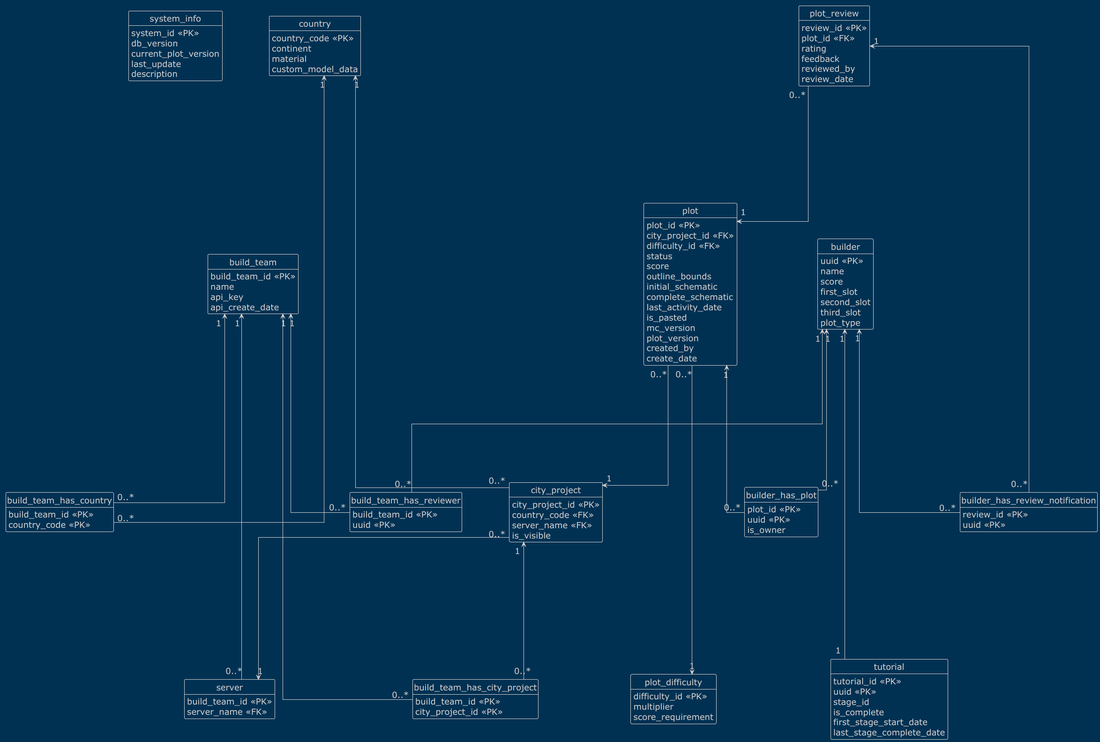
AlpsBTE/Plot-System-DB keeps this PlantUML diagram as logical-db.png. Above is the earlier version. Source of this version:
```plantuml
@startuml
skinparam nodesep 100
skinparam ranksep 250
skinparam defaultFontSize 18

skinparam linetype ortho

hide circle
hide empty members
!theme blueprint

entity system_info {
    system_id <<PK>>
    db_version
    current_plot_version
    last_update
    description
}

entity build_team {
    build_team_id <<PK>>
    name
    api_key
    api_create_date
}

entity server {
    build_team_id <<PK>>
    server_name <<FK>>
}

entity country {
    country_code <<PK>>
    continent
    material
    custom_model_data
}

entity city_project {
    city_project_id <<PK>>
    country_code <<FK>>
    server_name <<FK>>
    is_visible
}

entity builder {
    uuid <<PK>>
    name
    score
    first_slot
    second_slot
    third_slot
    plot_type
}

entity plot_difficulty {
    difficulty_id <<PK>>
    multiplier
    score_requirement
}

entity plot {
    plot_id <<PK>>
    city_project_id <<FK>>
    difficulty_id <<FK>>
    status
    score
    outline_bounds
    initial_schematic
    complete_schematic
    last_activity_date
    is_pasted
    mc_version
    plot_version
    created_by
    create_date
}

entity tutorial {
    tutorial_id <<PK>>
    uuid <<PK>>
    stage_id
    is_complete
    first_stage_start_date
    last_stage_complete_date
}

entity plot_review {
    review_id <<PK>>
    plot_id <<FK>>
    rating
    feedback
    reviewed_by
    review_date
}

entity build_team_has_country {
    build_team_id <<PK>>
    country_code <<PK>>
}

entity build_team_has_city_project {
    build_team_id <<PK>>
    city_project_id <<PK>>
}

entity build_team_has_reviewer {
    build_team_id <<PK>>
    uuid <<PK>>
}

entity builder_has_review_notification {
    review_id <<PK>>
    uuid <<PK>>
}

entity builder_has_plot {
    plot_id <<PK>>
    uuid <<PK>>
    is_owner
}

build_team "1" <-- "0..*" build_team_has_city_project
build_team "1" <-- "0..*" build_team_has_country
build_team "1" <-- "0..*" build_team_has_reviewer
build_team "1" <-- "0..*" server

country "1" <--- "0..*" city_project
country "1" <--- "0..*" build_team_has_country

city_project "1" <-- "0..*" build_team_has_city_project
city_project "0..*" --> "1" server

plot_review "1" <-- "0..*" builder_has_review_notification
plot_review "0..*" --> "1" plot

builder "1" <-- "0..*" build_team_has_reviewer
builder "1" <--- "1" tutorial
builder "1" <-- "0..*" builder_has_review_notification
builder "1" <-- "0..*" builder_has_plot

plot "0..*" --> "1" city_project
plot "0..*" ---> "1" plot_difficulty
plot "1" <-- "0..*" builder_has_plot
@enduml
```
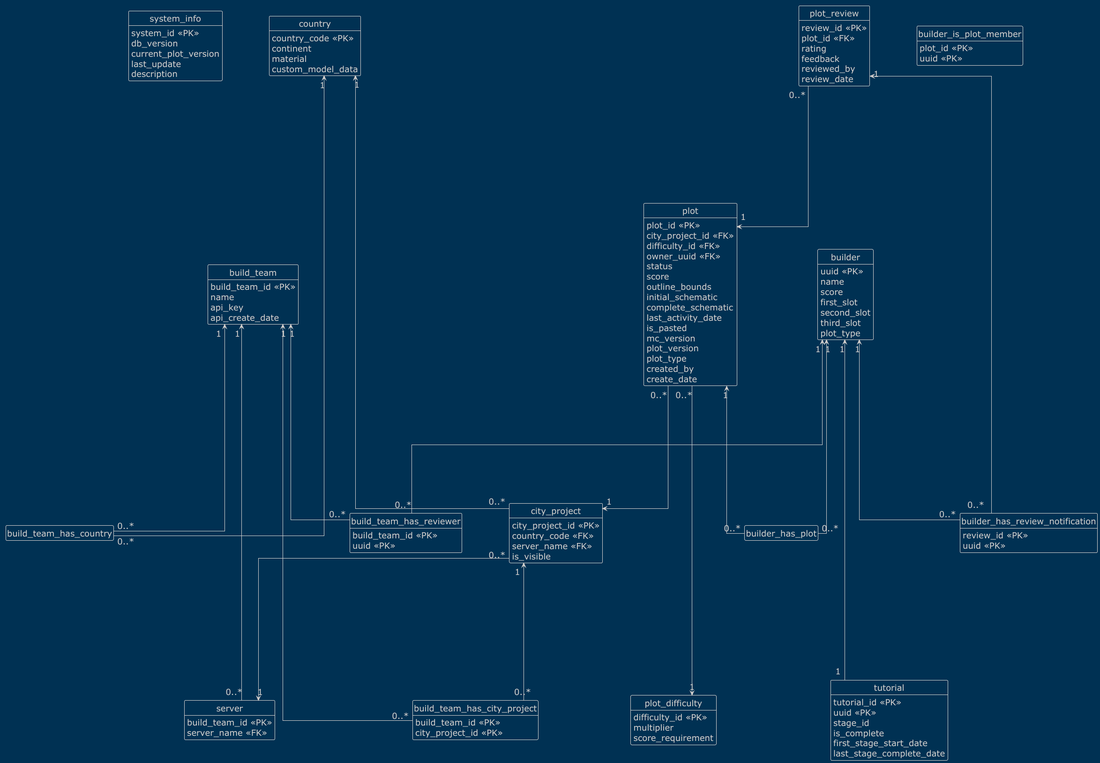
Later version of the same file.

Diff of the diagram source:
```diff
@@ -63,6 +63,7 @@
     plot_id <<PK>>
     city_project_id <<FK>>
     difficulty_id <<FK>>
+    owner_uuid <<FK>>
     status
     score
     outline_bounds
@@ -72,6 +73,7 @@
     is_pasted
     mc_version
     plot_version
+    plot_type
     created_by
     create_date
 }
@@ -94,11 +96,6 @@
     review_date
 }
 
-entity build_team_has_country {
-    build_team_id <<PK>>
-    country_code <<PK>>
-}
-
 entity build_team_has_city_project {
     build_team_id <<PK>>
     city_project_id <<PK>>
@@ -114,10 +111,9 @@
     uuid <<PK>>
 }
 
-entity builder_has_plot {
+entity builder_is_plot_member {
     plot_id <<PK>>
     uuid <<PK>>
-    is_owner
 }
 
 build_team "1" <-- "0..*" build_team_has_city_project
```
